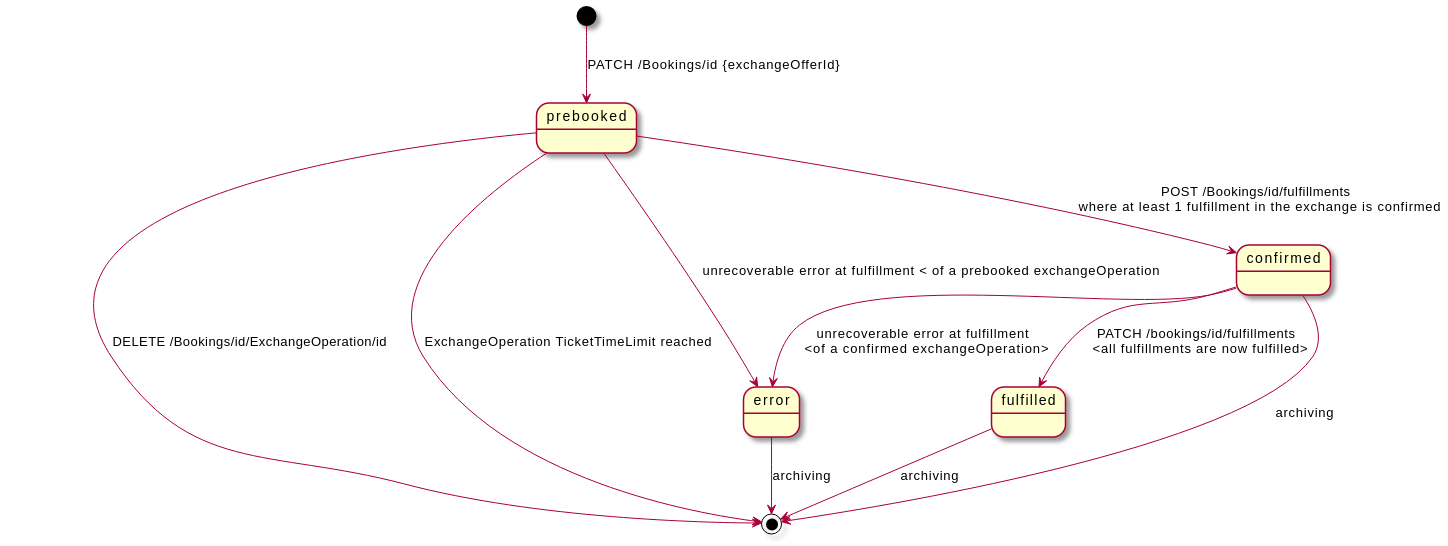
Earlier version of the PlantUML export images/models/exchangeOperation-state-model.png (UnionInternationalCheminsdeFer/OSDM). Its source is kept beside it as images/models/exchangeOperation-state-model.puml.
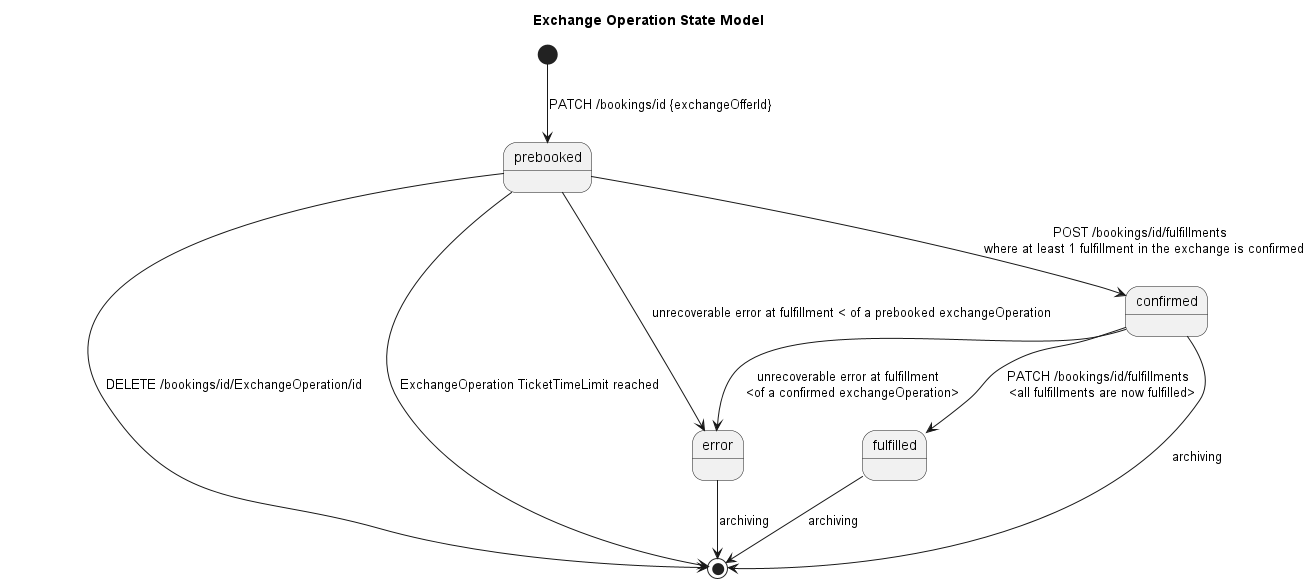
After the commit.

Change to the diagram source:
```diff
@@ -1,7 +1,9 @@
 @startuml
-[*] --> prebooked: PATCH /Bookings/id {exchangeOfferId}
-prebooked --> confirmed: POST /Bookings/id/fulfillments \n where at least 1 fulfillment in the exchange is confirmed
-prebooked --> [*]: DELETE /Bookings/id/ExchangeOperation/id
+title "Exchange Operation State Model"
+
+[*] --> prebooked: PATCH /bookings/id {exchangeOfferId}
+prebooked --> confirmed: POST /bookings/id/fulfillments \n where at least 1 fulfillment in the exchange is confirmed
+prebooked --> [*]: DELETE /bookings/id/ExchangeOperation/id
 prebooked --> [*]: ExchangeOperation TicketTimeLimit reached
 prebooked --> error: unrecoverable error at fulfillment < of a prebooked exchangeOperation
 confirmed --> fulfilled: PATCH /bookings/id/fulfillments \n <all fulfillments are now fulfilled>
```
